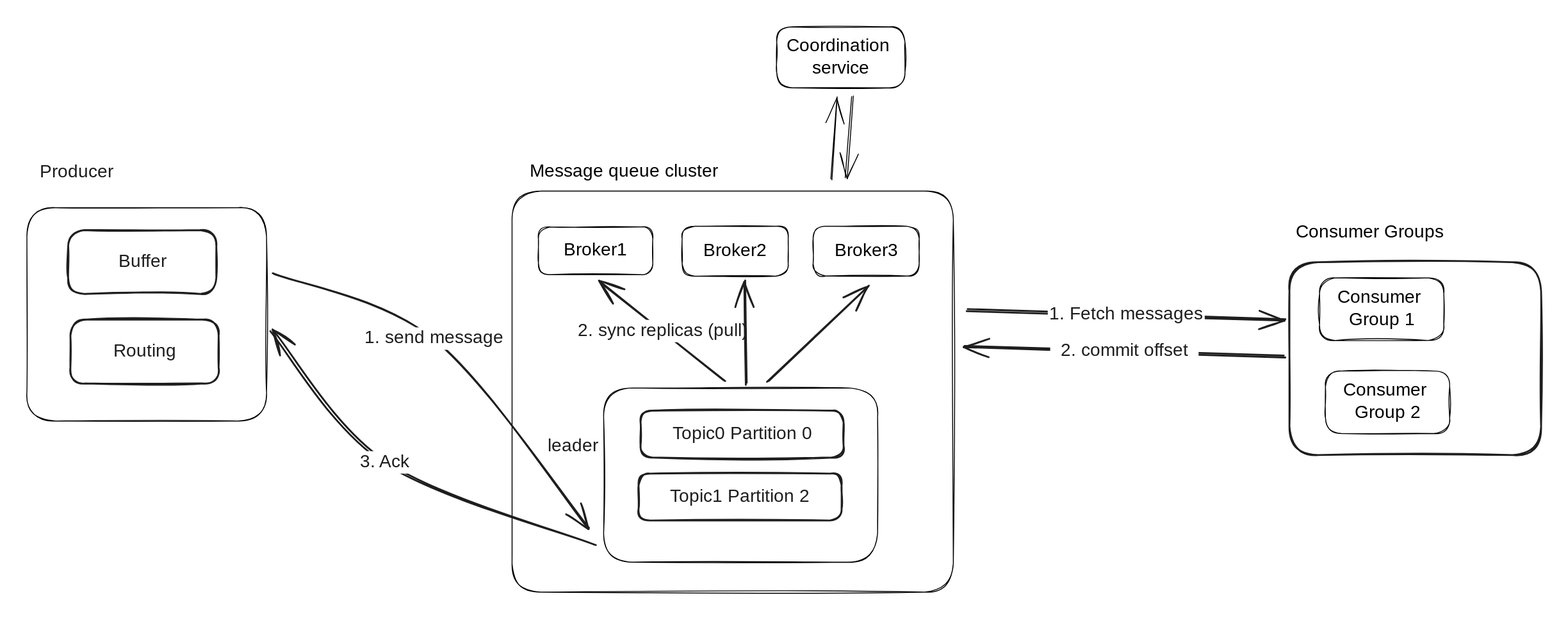
dongzeli95/swe-interview keeps this Excalidraw diagram as .gitbook/assets/file.excalidraw (7).svg. Above is the earlier version. Source tidied: one line per element, renumbered; positions are measured from the earlier drawing's top-left corner, leaving out a move shared by most shapes.
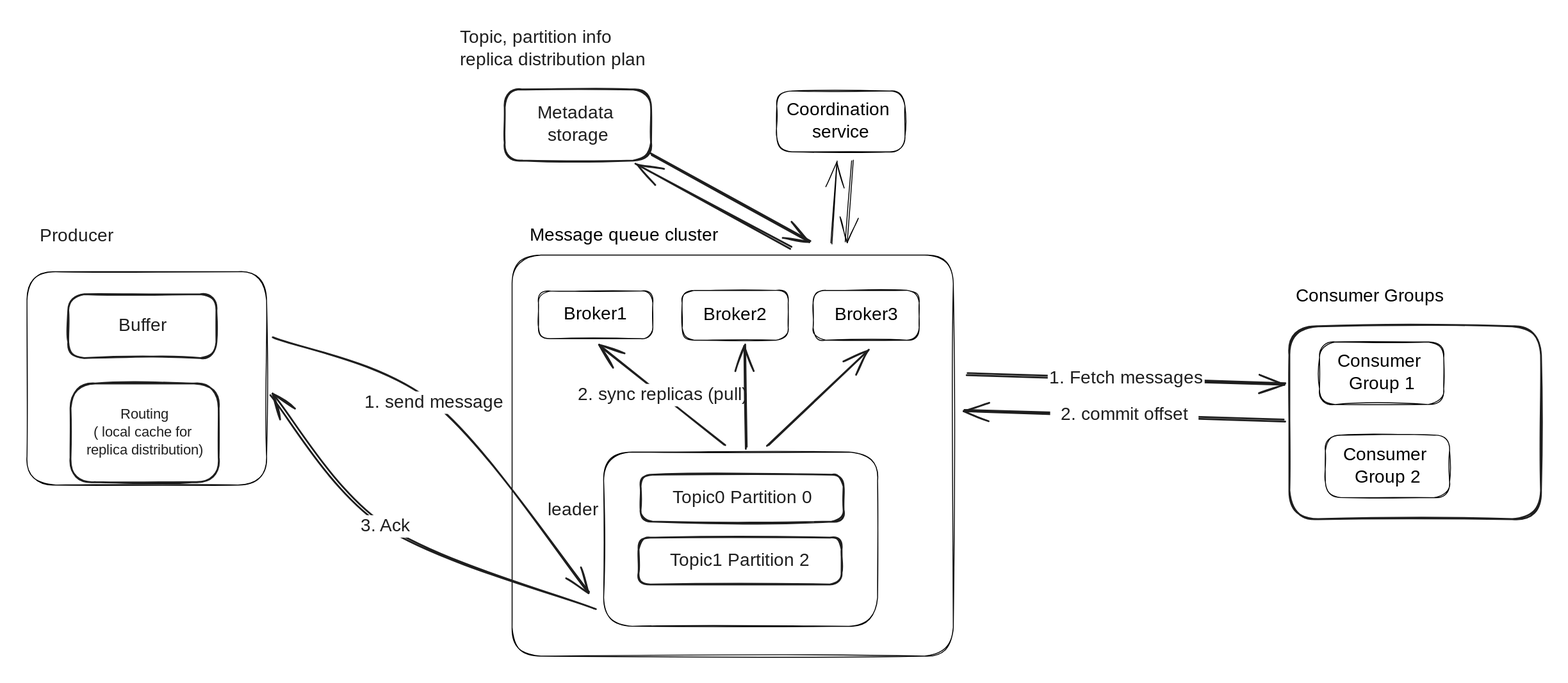
After the commit.

Commit message:
GITBOOK-168: change request with no subject merged in GitBook

What changed in the source:
```diff
@@ -11,8 +11,8 @@
 {"id": 10, "type": "text", "text": "Producer", "strokeColor": "#1e1e1e", "strokeWidth": 2, "roughness": 1, "fontSize": 20, "fontFamily": 1, "x": 15, "y": 150, "width": 85, "height": 25}
 {"id": 11, "type": "rectangle", "strokeColor": "#1e1e1e", "strokeWidth": 2, "roughness": 1, "round": true, "x": 46, "y": 227, "width": 165, "height": 71}
 {"id": 12, "type": "text", "text": "Buffer", "strokeColor": "#1e1e1e", "strokeWidth": 2, "roughness": 1, "fontSize": 20, "fontFamily": 1, "textAlign": "center", "verticalAlign": "middle", "inside": 11, "x": 96, "y": 250, "width": 65, "height": 25}
-{"id": 13, "type": "rectangle", "strokeColor": "#1e1e1e", "strokeWidth": 2, "roughness": 1, "round": true, "x": 49, "y": 327, "width": 165, "height": 71}
+{"id": 13, "type": "rectangle", "strokeColor": "#1e1e1e", "strokeWidth": 2, "roughness": 1, "round": true, "x": 49, "y": 326, "width": 165, "height": 110}
-{"id": 14, "type": "text", "text": "Routing", "strokeColor": "#1e1e1e", "strokeWidth": 2, "roughness": 1, "fontSize": 20, "fontFamily": 1, "textAlign": "center", "verticalAlign": "middle", "inside": 13, "x": 96, "y": 350, "width": 71, "height": 25}
+{"id": 14, "type": "text", "text": "Routing\n( local cache for \nreplica distribution)", "strokeColor": "#1e1e1e", "strokeWidth": 2, "roughness": 1, "fontSize": 16, "fontFamily": 1, "textAlign": "center", "verticalAlign": "middle", "inside": 13, "x": 56, "y": 351, "width": 150, "height": 60}
 {"id": 15, "type": "rectangle", "strokeColor": "#1e1e1e", "strokeWidth": 2, "roughness": 1, "round": true, "x": 1408, "y": 263, "width": 281, "height": 215}
 {"id": 16, "type": "rectangle", "strokeColor": "#000000", "strokeWidth": 1, "roughness": 1, "round": true, "x": 731, "y": 223, "width": 118, "height": 56}
 {"id": 17, "type": "text", "text": "Broker2", "strokeColor": "#000000", "strokeWidth": 1, "roughness": 1, "fontSize": 20, "fontFamily": 1, "textAlign": "center", "verticalAlign": "middle", "inside": 16, "x": 751, "y": 238, "width": 78, "height": 25}
@@ -40,3 +40,8 @@
 {"id": 39, "type": "arrow", "strokeColor": "#1e1e1e", "strokeWidth": 2, "roughness": 1, "endArrowhead": "arrow", "round": true, "from": 18, "to": 36, "x": 826, "y": 396, "width": 113, "height": 106, "points": [[0, 0], [113, -106]]}
 {"id": 40, "type": "arrow", "strokeColor": "#1e1e1e", "strokeWidth": 2, "roughness": 1, "endArrowhead": "arrow", "round": true, "from": 18, "to": 3, "x": 778, "y": 394, "width": 139, "height": 110, "points": [[0, 0], [-139, -110]]}
 {"id": 41, "type": "text", "text": "2. sync replicas (pull)", "strokeColor": "#1e1e1e", "strokeWidth": 2, "roughness": 1, "fontSize": 20, "fontFamily": 1, "textAlign": "center", "verticalAlign": "middle", "inside": 40, "x": 604, "y": 327, "width": 209, "height": 25}
+{"id": 42, "type": "rectangle", "strokeColor": "#1e1e1e", "strokeWidth": 2, "roughness": 1, "round": true, "x": 533, "y": -2, "width": 163, "height": 79}
+{"id": 43, "type": "text", "text": "Metadata \nstorage", "strokeColor": "#1e1e1e", "strokeWidth": 2, "roughness": 1, "fontSize": 20, "fontFamily": 1, "textAlign": "center", "verticalAlign": "middle", "inside": 42, "x": 559, "y": 13, "width": 110, "height": 50}
+{"id": 44, "type": "text", "text": "Topic, partition info\nreplica distribution plan", "strokeColor": "#1e1e1e", "strokeWidth": 2, "roughness": 1, "fontSize": 20, "fontFamily": 1, "x": 483, "y": -72, "width": 229, "height": 50}
+{"id": 45, "type": "arrow", "strokeColor": "#1e1e1e", "strokeWidth": 2, "roughness": 1, "endArrowhead": "arrow", "round": true, "from": 1, "to": 42, "x": 852, "y": 175, "width": 173, "height": 93, "points": [[0, 0], [-173, -93]]}
+{"id": 46, "type": "arrow", "strokeColor": "#1e1e1e", "strokeWidth": 2, "roughness": 1, "endArrowhead": "arrow", "round": true, "to": 1, "x": 695, "y": 70, "width": 179, "height": 99, "points": [[0, 0], [179, 99]]}
```
